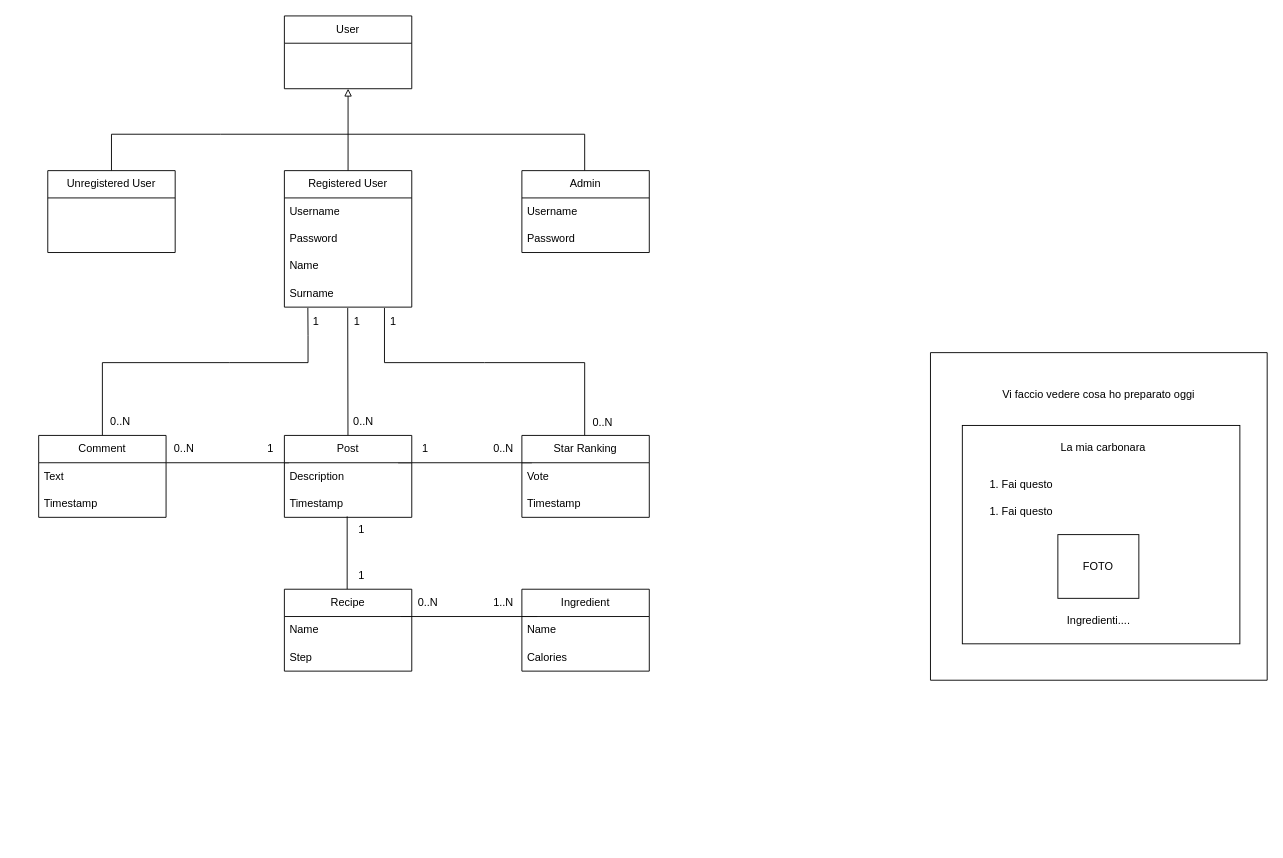
Earlier version of the draw.io diagram page "Pagina-2" (2 of 2) of Idea/PowerPoint/Resources/uml_class_diagram.drawio (GiuseppeSoriano/WeFood). Source tidied: cells renumbered, new cells numbered last; positions are measured from the earlier drawing's top-left corner, leaving out a move shared by most shapes. Both pictures are drawn from the tidied source at 91%, with x=0, y=0 at pixel (38, 15).
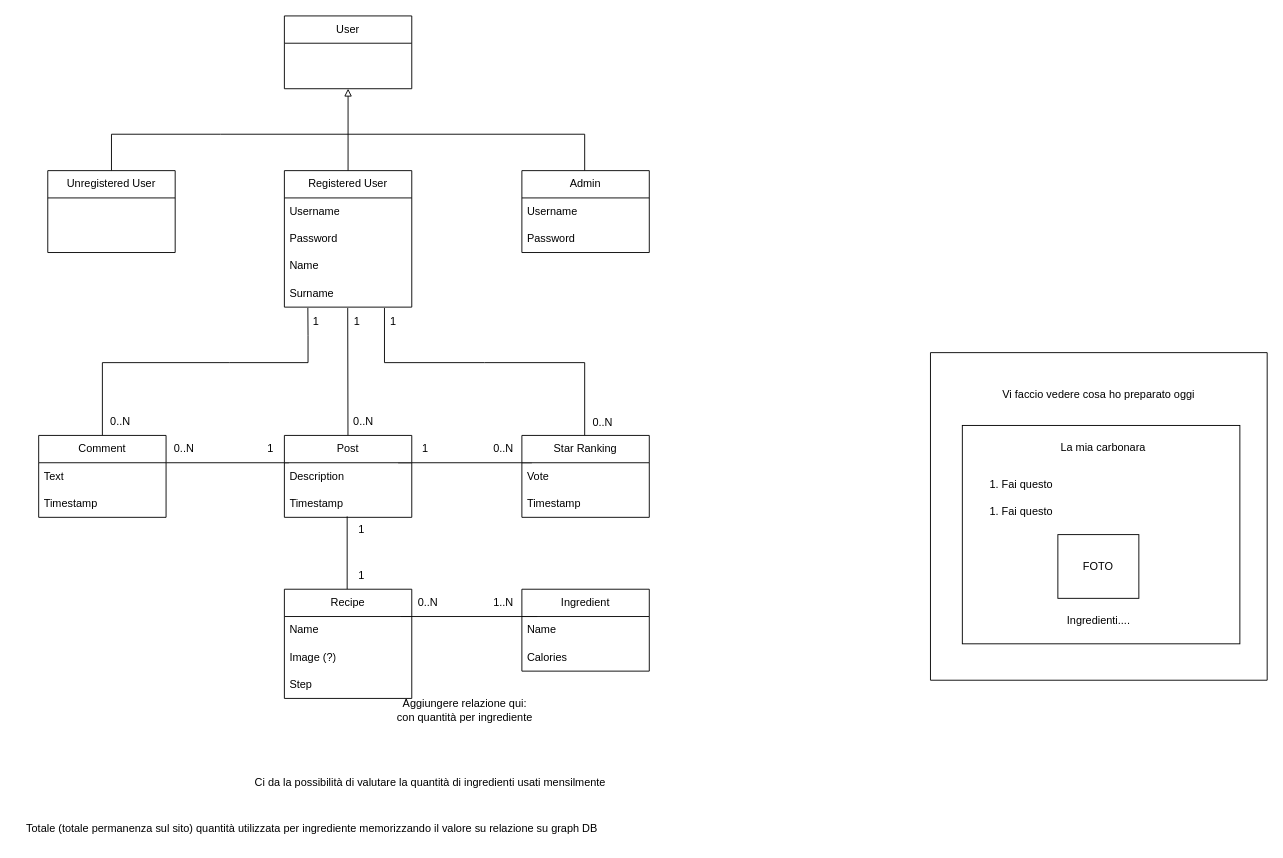
After the change.

Diff of the diagram source:
```diff
@@
     <mxCell id="48" value="Recipe" style="swimlane;fontStyle=0;horizontal=1;startSize=30;whiteSpace=wrap;html=1;" parent="1" vertex="1">
-      <mxGeometry x="270" y="630" width="140" height="90" as="geometry" />
+      <mxGeometry x="270" y="630" width="140" height="120" as="geometry" />
     </mxCell>
@@
+    <mxCell id="62" value="Image (?)" style="text;strokeColor=none;fillColor=none;align=left;verticalAlign=middle;spacingLeft=4;spacingRight=4;overflow=hidden;whiteSpace=wrap;html=1;" parent="48" vertex="1">
+      <mxGeometry y="60" width="140" height="30" as="geometry" />
+    </mxCell>
     <mxCell id="50" value="Step" style="text;strokeColor=none;fillColor=none;align=left;verticalAlign=middle;spacingLeft=4;spacingRight=4;overflow=hidden;whiteSpace=wrap;html=1;" parent="48" vertex="1">
-      <mxGeometry y="60" width="140" height="30" as="geometry" />
+      <mxGeometry y="90" width="140" height="30" as="geometry" />
     </mxCell>
@@
+    <mxCell id="63" value="Aggiungere relazione qui:&lt;br&gt;con quantità per ingrediente" style="text;html=1;align=center;verticalAlign=middle;strokeColor=none;fillColor=none;" parent="1" vertex="1">
+      <mxGeometry x="383" y="743" width="170" height="40" as="geometry" />
+    </mxCell>
+    <mxCell id="64" value="Ci da la possibilità di valutare la quantità di ingredienti usati mensilmente&lt;br&gt;" style="text;html=1;align=center;verticalAlign=middle;strokeColor=none;fillColor=none;" parent="1" vertex="1">
+      <mxGeometry x="225" y="828" width="410" height="30" as="geometry" />
+    </mxCell>
+    <mxCell id="65" value="Totale (totale permanenza sul sito) quantità utilizzata per ingrediente memorizzando il valore su relazione su graph DB" style="text;html=1;align=center;verticalAlign=middle;strokeColor=none;fillColor=none;" parent="1" vertex="1">
+      <mxGeometry x="-25" y="878" width="650" height="30" as="geometry" />
+    </mxCell>
```
